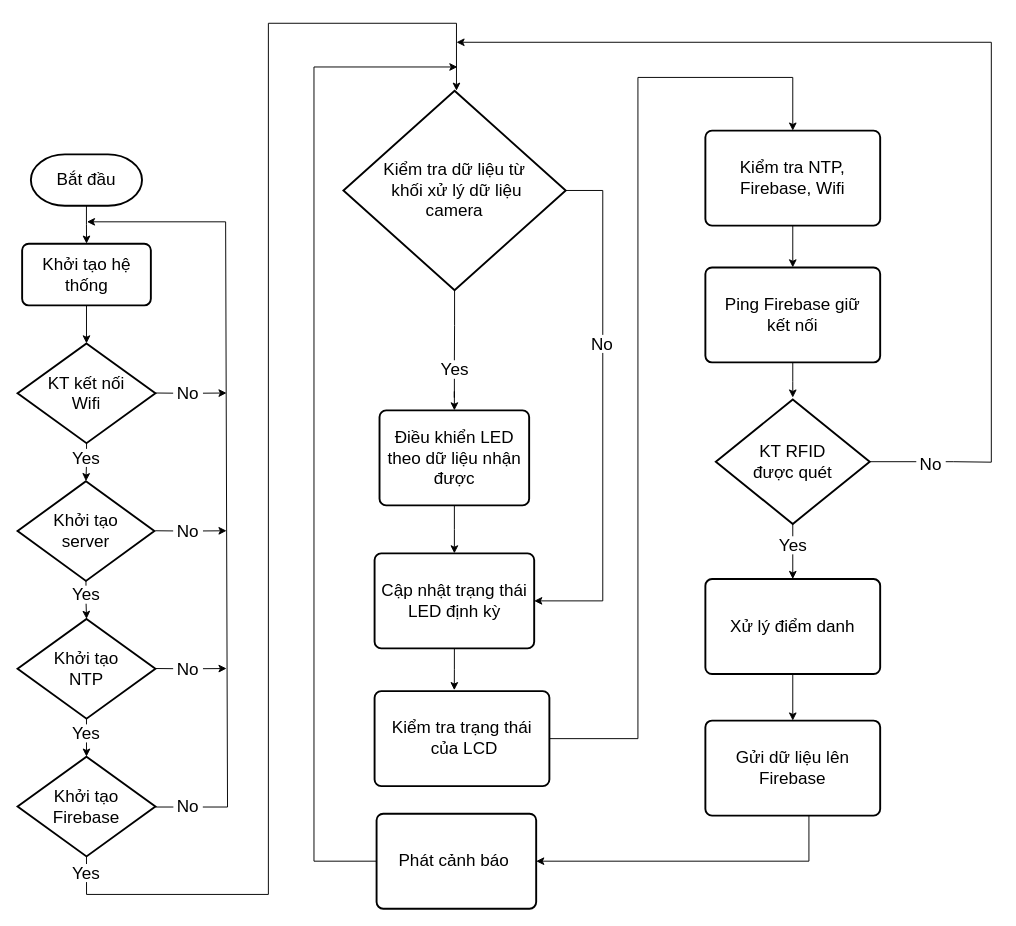
The draw.io diagram Luu_do_giai_thuat_MCU.drawio in hieuchuai123/DO_AN_TOT_NGHIEP, before the edit. Source tidied: cells renumbered, new cells numbered last; positions are measured from the earlier drawing's top-left corner, leaving out a move shared by most shapes. Both pictures are drawn from the tidied source at 95%, with x=0, y=0 at pixel (17, 23).
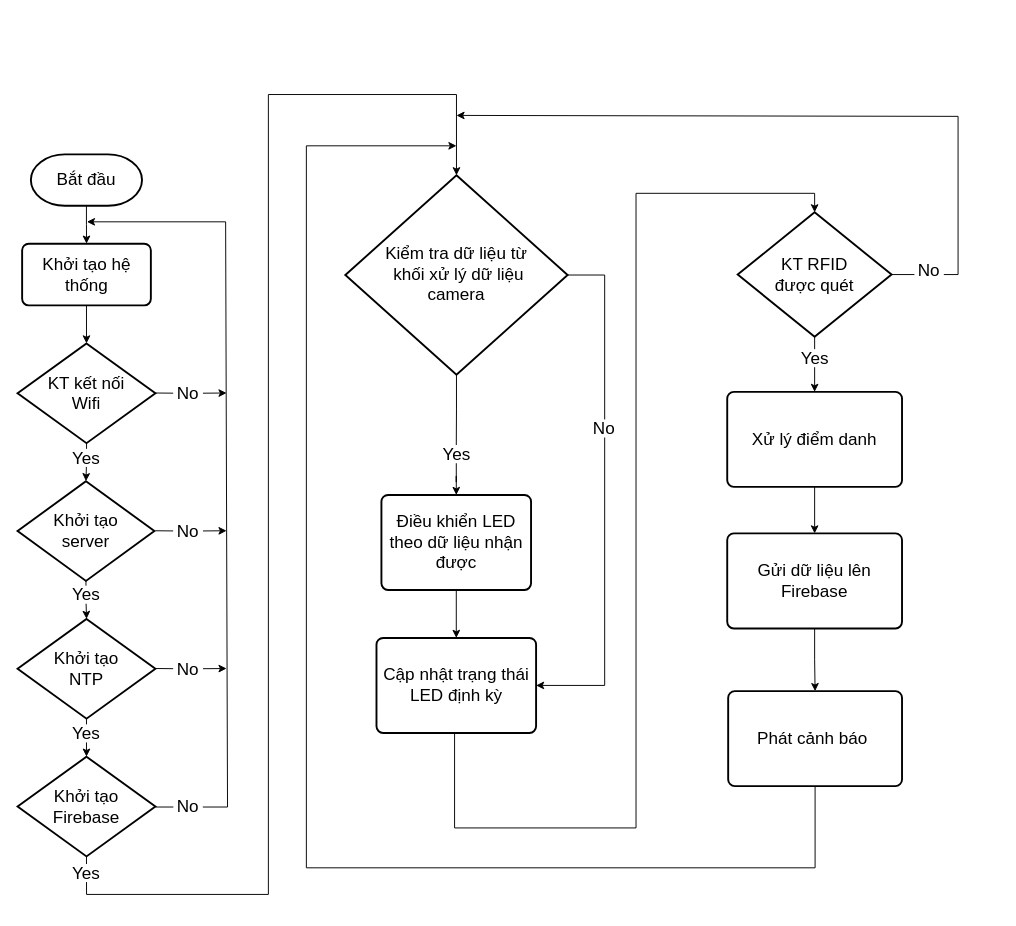
The same page after the edit.

Unchanged cells that the change refers to:
```xml
<mxCell id="13" value="Khởi tạo&lt;br&gt;Firebase" style="strokeWidth=2;html=1;shape=mxgraph.flowchart.decision;whiteSpace=wrap;strokeColor=#000000;fontSize=18;fillColor=#FFFFFF;" parent="1" vertex="1">
  <mxGeometry y="772" width="145.1" height="105" as="geometry" />
</mxCell>
```

What changed in the source:
```diff
@@
     <mxCell id="12" style="edgeStyle=orthogonalEdgeStyle;rounded=0;jettySize=auto;html=1;fontSize=18;exitX=0.5;exitY=1;exitDx=0;exitDy=0;exitPerimeter=0;" parent="1" edge="1" source="13" target="30">
       <mxGeometry relative="1" as="geometry">
         <Array as="points">
-          <mxPoint x="73" y="917" />
+          <mxPoint x="72" y="917" />
           <mxPoint x="264" y="917" />
-          <mxPoint x="264" />
-          <mxPoint x="462" />
+          <mxPoint x="264" y="75" />
+          <mxPoint x="462" y="75" />
         </Array>
       </mxGeometry>
     </mxCell>
@@
     <mxCell id="29" style="edgeStyle=orthogonalEdgeStyle;rounded=0;jettySize=auto;html=1;fontSize=18;entryX=1;entryY=0.5;entryDx=0;entryDy=0;" parent="1" edge="1" source="30" target="34">
       <mxGeometry relative="1" as="geometry">
         <Array as="points">
-          <mxPoint x="616" y="176" />
-          <mxPoint x="616" y="608" />
+          <mxPoint x="618" y="265" />
+          <mxPoint x="618" y="697" />
         </Array>
       </mxGeometry>
     </mxCell>
     <mxCell id="30" value="Kiểm tra dữ liệu từ&lt;br&gt;&amp;nbsp;khối xử lý dữ liệu&lt;br&gt;&amp;nbsp;camera&amp;nbsp;" style="strokeWidth=2;html=1;shape=mxgraph.flowchart.decision;whiteSpace=wrap;strokeColor=#000000;fontSize=18;fillColor=#FFFFFF;" parent="1" vertex="1">
-      <mxGeometry x="343" y="71" width="234" height="210" as="geometry" />
+      <mxGeometry x="345" y="160" width="234" height="210" as="geometry" />
     </mxCell>
@@
     <mxCell id="32" value="&lt;font style=&quot;font-size: 18px;&quot;&gt;Điều khiển LED theo dữ liệu nhận được&lt;/font&gt;" style="rounded=1;whiteSpace=wrap;html=1;absoluteArcSize=1;arcSize=14;strokeWidth=2;" parent="1" vertex="1">
-      <mxGeometry x="381" y="407.5" width="157.5" height="100" as="geometry" />
+      <mxGeometry x="383" y="496.5" width="157.5" height="100" as="geometry" />
     </mxCell>
-    <mxCell id="33" style="edgeStyle=orthogonalEdgeStyle;rounded=0;jettySize=auto;html=1;fontSize=18;" parent="1" edge="1" source="34">
+    <mxCell id="33" style="edgeStyle=orthogonalEdgeStyle;rounded=0;jettySize=auto;html=1;fontSize=18;entryX=0.5;entryY=0;entryDx=0;entryDy=0;entryPerimeter=0;" parent="1" edge="1" source="34" target="44">
       <mxGeometry relative="1" as="geometry">
-        <mxPoint x="459.7" y="702" as="targetPoint" />
+        <Array as="points">
+          <mxPoint x="460" y="847" />
+          <mxPoint x="651" y="847" />
+          <mxPoint x="651" y="179" />
+          <mxPoint x="839" y="179" />
+        </Array>
       </mxGeometry>
     </mxCell>
     <mxCell id="34" value="&lt;span style=&quot;font-size: 18px;&quot;&gt;Cập nhật trạng thái&lt;br&gt;LED định kỳ&lt;br&gt;&lt;/span&gt;" style="rounded=1;whiteSpace=wrap;html=1;absoluteArcSize=1;arcSize=14;strokeWidth=2;" parent="1" vertex="1">
-      <mxGeometry x="375.8" y="558" width="168" height="100" as="geometry" />
+      <mxGeometry x="377.8" y="647" width="168" height="100" as="geometry" />
     </mxCell>
@@
     <mxCell id="36" value="Yes" style="text;html=1;strokeColor=none;fillColor=#FFFFFF;align=center;verticalAlign=middle;whiteSpace=wrap;rounded=0;fontSize=18;" parent="1" vertex="1">
-      <mxGeometry x="433.5" y="355" width="52.5" height="19" as="geometry" />
+      <mxGeometry x="435.5" y="444" width="52.5" height="19" as="geometry" />
     </mxCell>
-    <mxCell id="37" style="edgeStyle=orthogonalEdgeStyle;rounded=0;jettySize=auto;html=1;fontSize=18;entryX=0.5;entryY=0;entryDx=0;entryDy=0;" parent="1" edge="1" source="38" target="40">
-      <mxGeometry relative="1" as="geometry">
-        <Array as="points">
-          <mxPoint x="653" y="753" />
-          <mxPoint x="653" y="57" />
-          <mxPoint x="816" y="57" />
-        </Array>
-      </mxGeometry>
-    </mxCell>
-    <mxCell id="38" value="&lt;span style=&quot;font-size: 18px;&quot;&gt;Kiểm tra trạng thái&lt;br&gt;&amp;nbsp;của LCD&lt;/span&gt;" style="rounded=1;whiteSpace=wrap;html=1;absoluteArcSize=1;arcSize=14;strokeWidth=2;" parent="1" vertex="1">
-      <mxGeometry x="375.8" y="703" width="184" height="100" as="geometry" />
-    </mxCell>
-    <mxCell id="39" style="edgeStyle=orthogonalEdgeStyle;rounded=0;jettySize=auto;html=1;fontSize=18;" parent="1" edge="1" source="40" target="42">
-      <mxGeometry relative="1" as="geometry" />
-    </mxCell>
-    <mxCell id="40" value="&lt;span style=&quot;font-size: 18px;&quot;&gt;Kiểm tra NTP, Firebase, Wifi&lt;br&gt;&lt;/span&gt;" style="rounded=1;whiteSpace=wrap;html=1;absoluteArcSize=1;arcSize=14;strokeWidth=2;" parent="1" vertex="1">
-      <mxGeometry x="724" y="113" width="184" height="100" as="geometry" />
-    </mxCell>
-    <mxCell id="41" style="edgeStyle=orthogonalEdgeStyle;rounded=0;jettySize=auto;html=1;fontSize=18;" parent="1" edge="1" source="42">
-      <mxGeometry relative="1" as="geometry">
-        <mxPoint x="816" y="394" as="targetPoint" />
-      </mxGeometry>
-    </mxCell>
-    <mxCell id="42" value="&lt;span style=&quot;font-size: 18px;&quot;&gt;Ping Firebase giữ&lt;br&gt;kết nối&lt;br&gt;&lt;/span&gt;" style="rounded=1;whiteSpace=wrap;html=1;absoluteArcSize=1;arcSize=14;strokeWidth=2;" parent="1" vertex="1">
-      <mxGeometry x="724" y="257" width="184" height="100" as="geometry" />
-    </mxCell>
@@
     <mxCell id="44" value="KT RFID&lt;br&gt;được quét" style="strokeWidth=2;html=1;shape=mxgraph.flowchart.decision;whiteSpace=wrap;strokeColor=#000000;fontSize=18;fillColor=#FFFFFF;" parent="1" vertex="1">
-      <mxGeometry x="735" y="396" width="162" height="131" as="geometry" />
+      <mxGeometry x="758" y="199" width="162" height="131" as="geometry" />
     </mxCell>
@@
     <mxCell id="46" style="edgeStyle=orthogonalEdgeStyle;rounded=0;jettySize=auto;html=1;fontSize=18;exitX=1;exitY=0.5;exitDx=0;exitDy=0;exitPerimeter=0;" parent="1" edge="1" source="44">
       <mxGeometry relative="1" as="geometry">
-        <mxPoint x="462" y="20" as="targetPoint" />
+        <mxPoint x="462" y="97" as="targetPoint" />
         <Array as="points">
-          <mxPoint x="985" y="462" />
-          <mxPoint x="1025" y="462" />
-          <mxPoint x="1025" y="20" />
+          <mxPoint x="990" y="265" />
+          <mxPoint x="990" y="98" />
+          <mxPoint x="462" y="98" />
         </Array>
       </mxGeometry>
     </mxCell>
     <mxCell id="47" value="&lt;span style=&quot;font-size: 18px;&quot;&gt;Xử lý điểm danh&lt;br&gt;&lt;/span&gt;" style="rounded=1;whiteSpace=wrap;html=1;absoluteArcSize=1;arcSize=14;strokeWidth=2;" parent="1" vertex="1">
-      <mxGeometry x="724" y="585" width="184" height="100" as="geometry" />
+      <mxGeometry x="747" y="388" width="184" height="100" as="geometry" />
     </mxCell>
     <mxCell id="48" value="Yes" style="text;html=1;strokeColor=none;fillColor=#FFFFFF;align=center;verticalAlign=middle;whiteSpace=wrap;rounded=0;fontSize=18;" parent="1" vertex="1">
-      <mxGeometry x="789.8" y="540" width="52.5" height="19" as="geometry" />
+      <mxGeometry x="812.8" y="343" width="52.5" height="19" as="geometry" />
     </mxCell>
-    <mxCell id="49" style="edgeStyle=orthogonalEdgeStyle;rounded=0;jettySize=auto;html=1;fontSize=18;entryX=1;entryY=0.5;entryDx=0;entryDy=0;" parent="1" edge="1" source="50" target="54">
-      <mxGeometry relative="1" as="geometry">
-        <Array as="points">
-          <mxPoint x="833" y="882" />
-        </Array>
-      </mxGeometry>
+    <mxCell id="49" style="edgeStyle=orthogonalEdgeStyle;rounded=0;jettySize=auto;html=1;" parent="1" edge="1" source="50" target="54">
+      <mxGeometry relative="1" as="geometry" />
     </mxCell>
     <mxCell id="50" value="&lt;span style=&quot;font-size: 18px;&quot;&gt;Gửi dữ liệu lên Firebase&lt;br&gt;&lt;/span&gt;" style="rounded=1;whiteSpace=wrap;html=1;absoluteArcSize=1;arcSize=14;strokeWidth=2;" parent="1" vertex="1">
-      <mxGeometry x="724" y="734" width="184" height="100" as="geometry" />
+      <mxGeometry x="747" y="537" width="184" height="100" as="geometry" />
     </mxCell>
@@
     <mxCell id="52" value="No" style="text;html=1;strokeColor=none;fillColor=#FFFFFF;align=center;verticalAlign=middle;whiteSpace=wrap;rounded=0;fontSize=18;" parent="1" vertex="1">
-      <mxGeometry x="600" y="328" width="31" height="19" as="geometry" />
+      <mxGeometry x="602" y="417" width="31" height="19" as="geometry" />
     </mxCell>
-    <mxCell id="53" style="edgeStyle=orthogonalEdgeStyle;rounded=0;jettySize=auto;html=1;fontSize=18;" parent="1" edge="1" source="54">
-      <mxGeometry relative="1" as="geometry">
-        <mxPoint x="463" y="46" as="targetPoint" />
-        <Array as="points">
-          <mxPoint x="312" y="882" />
-          <mxPoint x="312" y="46" />
-        </Array>
-      </mxGeometry>
-    </mxCell>
+    <mxCell id="56" style="edgeStyle=orthogonalEdgeStyle;rounded=0;jettySize=auto;html=1;" parent="1" edge="1" source="54">
+      <mxGeometry relative="1" as="geometry">
+        <mxPoint x="462" y="129" as="targetPoint" />
+        <Array as="points">
+          <mxPoint x="839" y="889" />
+          <mxPoint x="304" y="889" />
+        </Array>
+      </mxGeometry>
+    </mxCell>
     <mxCell id="54" value="&lt;span style=&quot;font-size: 18px;&quot;&gt;Phát cảnh báo&amp;nbsp;&lt;br&gt;&lt;/span&gt;" style="rounded=1;whiteSpace=wrap;html=1;absoluteArcSize=1;arcSize=14;strokeWidth=2;" parent="1" vertex="1">
-      <mxGeometry x="377.9" y="832" width="168" height="100" as="geometry" />
+      <mxGeometry x="748" y="703" width="183" height="100" as="geometry" />
     </mxCell>
     <mxCell id="55" value="No" style="text;html=1;strokeColor=none;fillColor=#FFFFFF;align=center;verticalAlign=middle;whiteSpace=wrap;rounded=0;fontSize=18;" parent="1" vertex="1">
-      <mxGeometry x="946" y="455" width="31" height="19" as="geometry" />
+      <mxGeometry x="944" y="251" width="31" height="19" as="geometry" />
     </mxCell>
```
